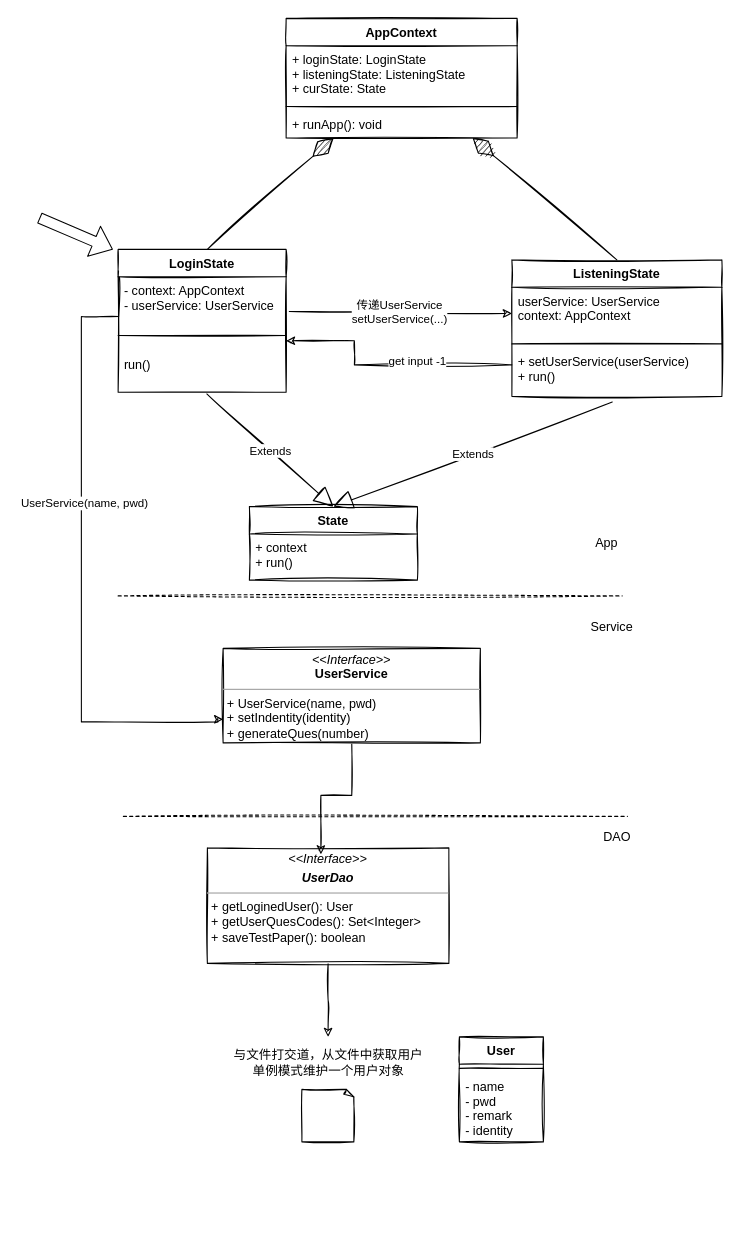
bankarian/pics keeps this draw.io diagram as Untitled Diagram.drawio. Above is the earlier version. Source tidied: cells renumbered, new cells numbered last; positions are measured from the earlier drawing's top-left corner, leaving out a move shared by most shapes. Both pictures are drawn from the tidied source at 105%, with x=0, y=0 at pixel (39, 18).
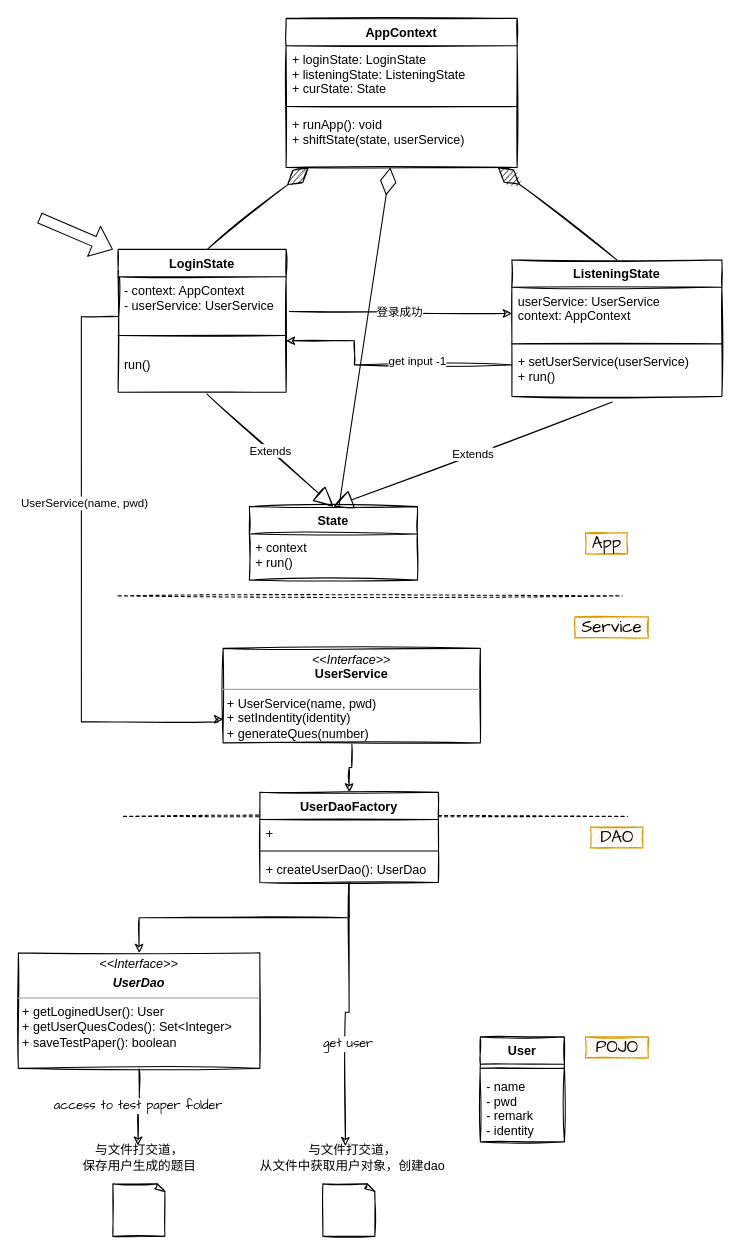
After the change.

Unchanged cells that the change refers to:
```xml
<mxCell id="15" value="&lt;p style=&quot;margin: 0px ; margin-top: 4px ; text-align: center&quot;&gt;&lt;i&gt;&amp;lt;&amp;lt;Interface&amp;gt;&amp;gt;&lt;/i&gt;&lt;br&gt;&lt;b&gt;UserService&lt;/b&gt;&lt;/p&gt;&lt;hr size=&quot;1&quot;&gt;&lt;p style=&quot;margin: 0px ; margin-left: 4px&quot;&gt;+ UserService(name, pwd)&lt;/p&gt;&lt;p style=&quot;margin: 0px ; margin-left: 4px&quot;&gt;+ setIndentity(identity)&lt;/p&gt;&lt;p style=&quot;margin: 0px ; margin-left: 4px&quot;&gt;+ generateQues(number)&lt;/p&gt;" style="verticalAlign=top;align=left;overflow=fill;fontSize=12;fontFamily=Helvetica;html=1;sketch=1;" parent="1" vertex="1">
  <mxGeometry x="175" y="600" width="245" height="90" as="geometry" />
</mxCell>
<mxCell id="16" style="edgeStyle=orthogonalEdgeStyle;rounded=0;jettySize=auto;html=1;exitX=1.019;exitY=0.788;exitDx=0;exitDy=0;exitPerimeter=0;sketch=1;" parent="1" edge="1" source="24" target="31">
  <mxGeometry relative="1" as="geometry" />
</mxCell>
<mxCell id="34" value="State" style="swimlane;fontStyle=1;align=center;verticalAlign=top;horizontal=1;startSize=26;sketch=1;" parent="1" vertex="1">
  <mxGeometry x="200" y="465" width="160" height="70" as="geometry" />
</mxCell>
```

What changed in the source:
```diff
@@
-    <mxCell id="3" value="DAO" style="text;html=1;align=center;verticalAlign=middle;sketch=1;" parent="1" vertex="1">
-      <mxGeometry x="530" y="770" width="40" height="20" as="geometry" />
+    <mxCell id="3" value="DAO" style="text;html=1;align=center;verticalAlign=middle;sketch=1;fillColor=#ffe6cc;strokeColor=#d79b00;fontFamily=Comic Sans MS;fontSize=16;" parent="1" vertex="1">
+      <mxGeometry x="525" y="770" width="50" height="20" as="geometry" />
     </mxCell>
@@
-    <mxCell id="5" value="Service" style="text;html=1;align=center;verticalAlign=middle;sketch=1;" parent="1" vertex="1">
-      <mxGeometry x="515" y="570" width="60" height="20" as="geometry" />
+    <mxCell id="5" value="Service" style="text;html=1;align=center;verticalAlign=middle;sketch=1;fillColor=#ffe6cc;strokeColor=#d79b00;fontFamily=Comic Sans MS;fontSize=16;" parent="1" vertex="1">
+      <mxGeometry x="510" y="570" width="70" height="20" as="geometry" />
     </mxCell>
-    <mxCell id="6" value="App" style="text;html=1;align=center;verticalAlign=middle;sketch=1;" parent="1" vertex="1">
+    <mxCell id="6" value="App" style="text;html=1;align=center;verticalAlign=middle;sketch=1;fillColor=#ffe6cc;strokeColor=#d79b00;fontFamily=Comic Sans MS;fontSize=16;" parent="1" vertex="1">
       <mxGeometry x="520" y="490" width="40" height="20" as="geometry" />
     </mxCell>
-    <mxCell id="7" style="edgeStyle=orthogonalEdgeStyle;rounded=0;jettySize=auto;html=1;sketch=1;" parent="1" edge="1" source="12">
-      <mxGeometry relative="1" as="geometry">
-        <mxPoint x="275" y="970" as="targetPoint" />
-      </mxGeometry>
-    </mxCell>
     <mxCell id="8" value="AppContext" style="swimlane;fontStyle=1;align=center;verticalAlign=top;horizontal=1;startSize=26;sketch=1;" parent="1" vertex="1">
-      <mxGeometry x="235" width="220" height="114" as="geometry" />
+      <mxGeometry x="235" width="220" height="142" as="geometry" />
     </mxCell>
@@
-    <mxCell id="11" value="+ runApp(): void" style="text;strokeColor=none;fillColor=none;align=left;verticalAlign=top;spacingLeft=4;spacingRight=4;overflow=hidden;sketch=1;" parent="8" vertex="1">
-      <mxGeometry y="88" width="220" height="26" as="geometry" />
+    <mxCell id="11" value="+ runApp(): void&#10;+ shiftState(state, userService)" style="text;strokeColor=none;fillColor=none;align=left;verticalAlign=top;spacingLeft=4;spacingRight=4;overflow=hidden;sketch=1;" parent="8" vertex="1">
+      <mxGeometry y="88" width="220" height="54" as="geometry" />
     </mxCell>
+    <mxCell id="41" value="access to test paper folder" style="edgeStyle=orthogonalEdgeStyle;rounded=0;sketch=1;jettySize=auto;html=1;entryX=0.492;entryY=0.117;entryDx=0;entryDy=0;entryPerimeter=0;fontFamily=Comic Sans MS;fontSize=12;" parent="1" edge="1" source="12" target="52">
+      <mxGeometry relative="1" as="geometry" />
+    </mxCell>
     <mxCell id="12" value="&lt;p style=&quot;margin: 0px ; margin-top: 4px ; text-align: center&quot;&gt;&lt;i&gt;&amp;lt;&amp;lt;Interface&amp;gt;&amp;gt;&lt;/i&gt;&lt;br&gt;&lt;/p&gt;&lt;p style=&quot;margin: 0px ; margin-top: 4px ; text-align: center&quot;&gt;&lt;i&gt;&lt;b&gt;UserDao&lt;/b&gt;&lt;/i&gt;&lt;/p&gt;&lt;hr size=&quot;1&quot;&gt;&lt;p style=&quot;margin: 0px ; margin-left: 4px&quot;&gt;&lt;span&gt;+ getLoginedUser(): User&lt;/span&gt;&lt;br&gt;&lt;/p&gt;&lt;p style=&quot;margin: 0px ; margin-left: 4px&quot;&gt;+ getUserQuesCodes(): Set&amp;lt;Integer&amp;gt;&lt;/p&gt;&lt;p style=&quot;margin: 0px ; margin-left: 4px&quot;&gt;+ saveTestPaper(): boolean&lt;/p&gt;&lt;p style=&quot;margin: 0px ; margin-left: 4px&quot;&gt;&lt;br&gt;&lt;/p&gt;" style="verticalAlign=top;align=left;overflow=fill;fontSize=12;fontFamily=Helvetica;html=1;sketch=1;" parent="1" vertex="1">
-      <mxGeometry x="160" y="790" width="230" height="110" as="geometry" />
+      <mxGeometry x="-20" y="890" width="230" height="110" as="geometry" />
     </mxCell>
-    <mxCell id="13" value="与文件打交道，从文件中获取用户&lt;br&gt;单例模式维护一个用户对象" style="text;html=1;align=center;verticalAlign=middle;points=[];sketch=1;" parent="1" vertex="1">
-      <mxGeometry x="175" y="980" width="200" height="30" as="geometry" />
+    <mxCell id="13" value="与文件打交道，&lt;br&gt;从文件中获取用户对象，创建dao" style="text;html=1;align=center;verticalAlign=middle;points=[];sketch=1;" parent="1" vertex="1">
+      <mxGeometry x="202.5" y="1070" width="190" height="30" as="geometry" />
     </mxCell>
-    <mxCell id="14" style="edgeStyle=orthogonalEdgeStyle;rounded=0;jettySize=auto;html=1;entryX=0.47;entryY=0.056;entryDx=0;entryDy=0;entryPerimeter=0;sketch=1;" parent="1" edge="1" source="15" target="12">
-      <mxGeometry relative="1" as="geometry" />
-    </mxCell>
+    <mxCell id="42" style="edgeStyle=orthogonalEdgeStyle;rounded=0;sketch=1;jettySize=auto;html=1;" parent="1" edge="1" source="15" target="46">
+      <mxGeometry relative="1" as="geometry" />
+    </mxCell>
@@
-    <mxCell id="17" value="传递UserService&lt;br&gt;setUserService(...)" style="edgeLabel;html=1;align=center;verticalAlign=middle;sketch=1;" parent="16" vertex="1">
+    <mxCell id="17" value="登录成功" style="edgeLabel;html=1;align=center;verticalAlign=middle;sketch=1;" parent="16" vertex="1">
       <mxGeometry x="-0.17" y="-2" relative="1" as="geometry">
         <mxPoint x="15" y="-2" as="offset" />
       </mxGeometry>
     </mxCell>
@@
+    <mxCell id="40" style="whiteSpace=wrap;html=1;shape=mxgraph.basic.document;sketch=1;" parent="1" vertex="1">
+      <mxGeometry x="270" y="1110" width="50" height="50" as="geometry" />
+    </mxCell>
+    <mxCell id="43" style="edgeStyle=orthogonalEdgeStyle;rounded=0;sketch=1;jettySize=auto;html=1;" parent="1" edge="1" source="46" target="12">
+      <mxGeometry relative="1" as="geometry" />
+    </mxCell>
+    <mxCell id="44" style="edgeStyle=orthogonalEdgeStyle;rounded=0;sketch=1;jettySize=auto;html=1;entryX=0.468;entryY=0.133;entryDx=0;entryDy=0;entryPerimeter=0;fontFamily=Comic Sans MS;fontSize=16;" parent="1" edge="1" source="46" target="13">
+      <mxGeometry relative="1" as="geometry" />
+    </mxCell>
+    <mxCell id="45" value="get user" style="edgeLabel;html=1;align=center;verticalAlign=middle;fontSize=12;fontFamily=Comic Sans MS;" parent="44" vertex="1">
+      <mxGeometry x="0.23" y="2" relative="1" as="geometry" />
+    </mxCell>
+    <mxCell id="46" value="UserDaoFactory" style="swimlane;fontStyle=1;align=center;verticalAlign=top;horizontal=1;startSize=26;sketch=1;" parent="1" vertex="1">
+      <mxGeometry x="210" y="737" width="170" height="86" as="geometry" />
+    </mxCell>
+    <mxCell id="47" value="+ " style="text;strokeColor=none;fillColor=none;align=left;verticalAlign=top;spacingLeft=4;spacingRight=4;overflow=hidden;" parent="46" vertex="1">
+      <mxGeometry y="26" width="170" height="26" as="geometry" />
+    </mxCell>
+    <mxCell id="48" style="line;strokeWidth=1;fillColor=none;align=left;verticalAlign=middle;spacingTop=-1;spacingLeft=3;spacingRight=3;labelPosition=right;" parent="46" vertex="1">
+      <mxGeometry y="52" width="170" height="8" as="geometry" />
+    </mxCell>
+    <mxCell id="49" value="+ createUserDao(): UserDao" style="text;strokeColor=none;fillColor=none;align=left;verticalAlign=top;spacingLeft=4;spacingRight=4;overflow=hidden;" parent="46" vertex="1">
+      <mxGeometry y="60" width="170" height="26" as="geometry" />
+    </mxCell>
+    <mxCell id="50" style="endArrow=diamondThin;endFill=0;endSize=24;html=1;" parent="1" edge="1" source="34" target="8">
+      <mxGeometry relative="1" as="geometry" />
+    </mxCell>
+    <mxCell id="51" value="POJO" style="text;html=1;align=center;verticalAlign=middle;sketch=1;fillColor=#ffe6cc;strokeColor=#d79b00;fontFamily=Comic Sans MS;fontSize=16;" parent="1" vertex="1">
+      <mxGeometry x="520" y="970" width="60" height="20" as="geometry" />
+    </mxCell>
+    <mxCell id="52" value="与文件打交道，&lt;br&gt;保存用户生成的题目" style="text;html=1;align=center;verticalAlign=middle;points=[];sketch=1;" parent="1" vertex="1">
+      <mxGeometry x="35" y="1070" width="120" height="30" as="geometry" />
+    </mxCell>
+    <mxCell id="53" style="whiteSpace=wrap;html=1;shape=mxgraph.basic.document;sketch=1;" parent="1" vertex="1">
+      <mxGeometry x="70" y="1110" width="50" height="50" as="geometry" />
+    </mxCell>
     <mxCell id="37" value="User" style="swimlane;fontStyle=1;align=center;verticalAlign=top;horizontal=1;startSize=26;sketch=1;" parent="1" vertex="1">
-      <mxGeometry x="400" y="970" width="80" height="100" as="geometry" />
+      <mxGeometry x="420" y="970" width="80" height="100" as="geometry" />
     </mxCell>
@@
-    <mxCell id="40" style="whiteSpace=wrap;html=1;shape=mxgraph.basic.document;sketch=1;" parent="1" vertex="1">
-      <mxGeometry x="250" y="1020" width="50" height="50" as="geometry" />
-    </mxCell>
```
